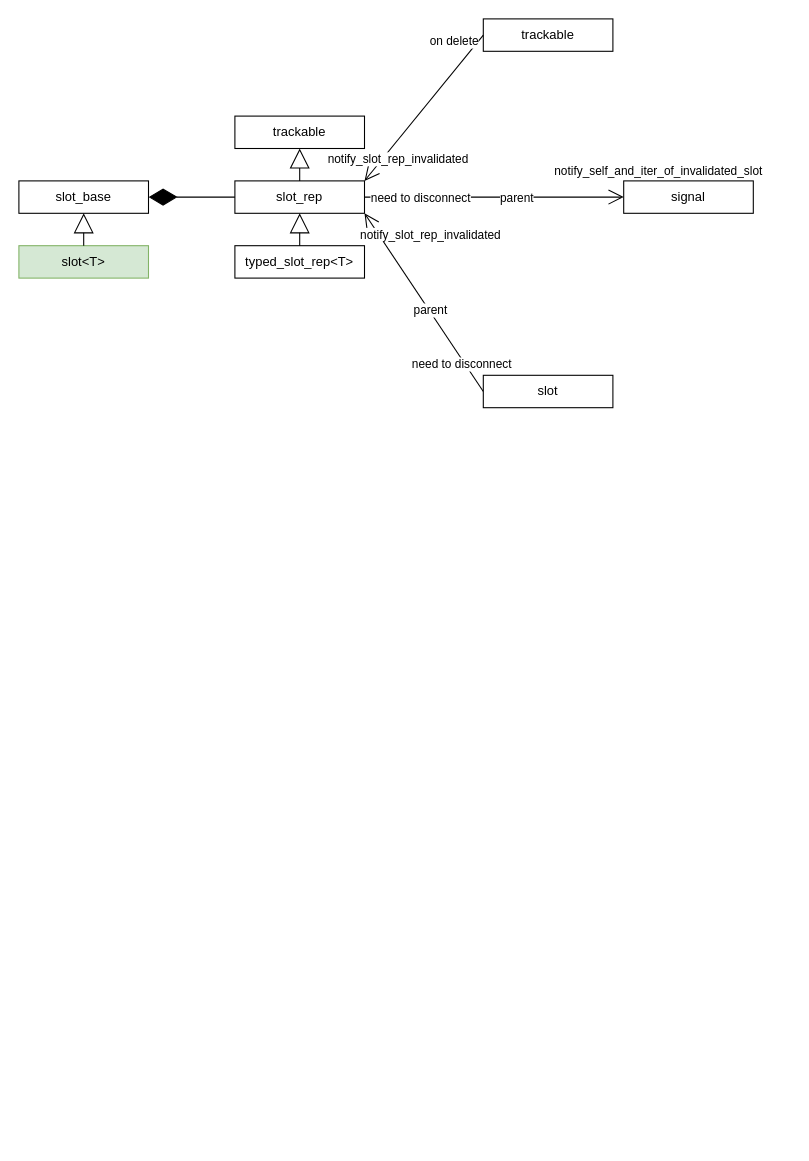
The draw.io diagram sigcpp.drawio in harwise/diagrams, before the edit. Source tidied: cells renumbered, new cells numbered last; positions are measured from the earlier drawing's top-left corner, leaving out a move shared by most shapes. Both pictures are drawn from the tidied source at 108%, with x=0, y=0 at pixel (18, 18).
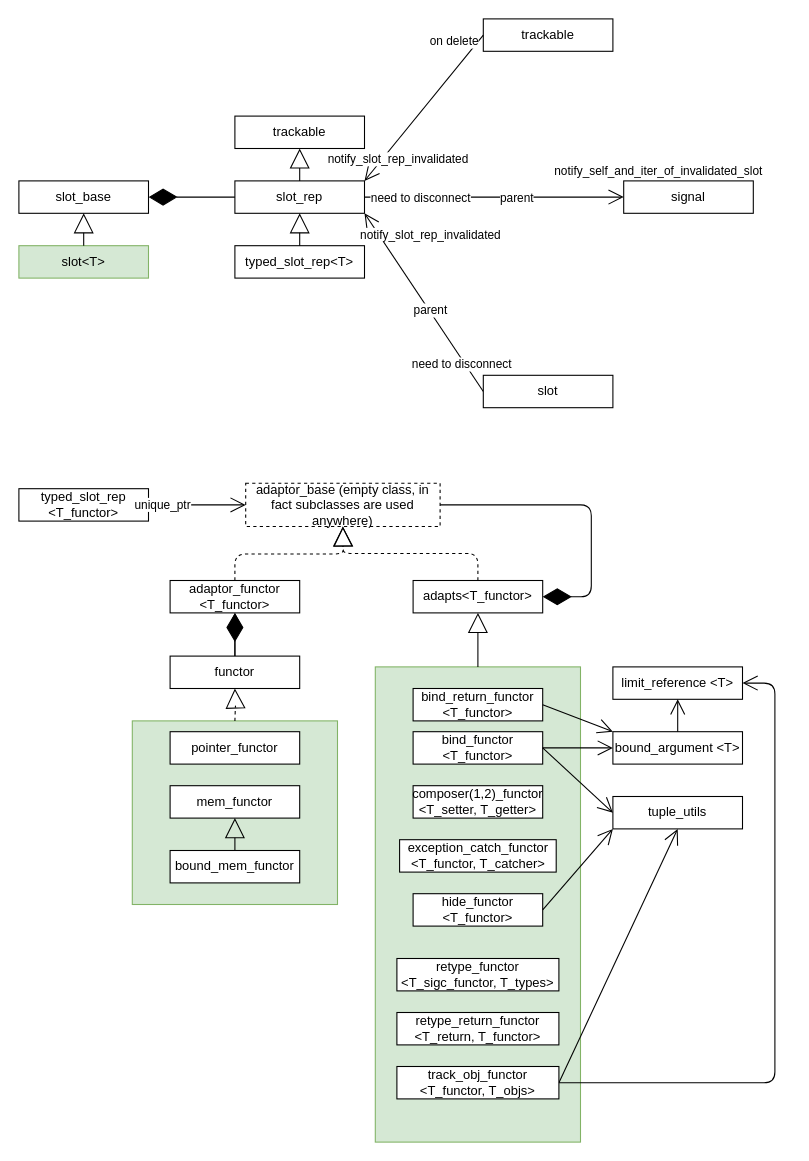
The same page after the edit.

The edit, as a diff of the source:
```diff
@@
+    <mxCell id="25" style="rounded=0;whiteSpace=wrap;html=1;fillColor=#d5e8d4;strokeColor=#82b366;" parent="1" vertex="1">
+      <mxGeometry x="105" y="650" width="190" height="170" as="geometry" />
+    </mxCell>
@@
+    <mxCell id="26" value="typed_slot_rep &amp;lt;T_functor&amp;gt;" style="rounded=0;whiteSpace=wrap;html=1;" parent="1" vertex="1">
+      <mxGeometry y="435" width="120" height="30" as="geometry" />
+    </mxCell>
+    <mxCell id="27" value="adaptor_functor &amp;lt;T_functor&amp;gt;" style="rounded=0;whiteSpace=wrap;html=1;" parent="1" vertex="1">
+      <mxGeometry x="140" y="520" width="120" height="30" as="geometry" />
+    </mxCell>
+    <mxCell id="28" value="adaptor_base (empty class, in fact subclasses are used anywhere)" style="rounded=0;whiteSpace=wrap;html=1;dashed=1;" parent="1" vertex="1">
+      <mxGeometry x="210" y="430" width="180" height="40" as="geometry" />
+    </mxCell>
+    <mxCell id="29" value="adapts&amp;lt;T_functor&amp;gt;" style="rounded=0;whiteSpace=wrap;html=1;" parent="1" vertex="1">
+      <mxGeometry x="365" y="520" width="120" height="30" as="geometry" />
+    </mxCell>
+    <mxCell id="30" style="endArrow=block;endSize=16;endFill=0;html=1;exitX=0.5;exitY=0;exitDx=0;exitDy=0;edgeStyle=orthogonalEdgeStyle;dashed=1;" parent="1" edge="1" source="27">
+      <mxGeometry relative="1" as="geometry">
+        <mxPoint x="300" y="470" as="targetPoint" />
+      </mxGeometry>
+    </mxCell>
+    <mxCell id="31" style="endArrow=block;endSize=16;endFill=0;html=1;exitX=0.5;exitY=0;exitDx=0;exitDy=0;edgeStyle=orthogonalEdgeStyle;dashed=1;entryX=0.5;entryY=1;entryDx=0;entryDy=0;" parent="1" edge="1" source="29" target="28">
+      <mxGeometry relative="1" as="geometry" />
+    </mxCell>
+    <mxCell id="32" style="endArrow=open;endFill=1;endSize=12;html=1;exitX=1;exitY=0.5;exitDx=0;exitDy=0;entryX=0;entryY=0.5;entryDx=0;entryDy=0;" parent="1" edge="1" source="26" target="28">
+      <mxGeometry relative="1" as="geometry" />
+    </mxCell>
+    <mxCell id="33" value="unique_ptr" style="edgeLabel;html=1;align=center;verticalAlign=middle;" parent="32" vertex="1">
+      <mxGeometry x="-0.73" y="1" relative="1" as="geometry" />
+    </mxCell>
+    <mxCell id="34" style="endArrow=diamondThin;endFill=1;endSize=24;html=1;entryX=0.5;entryY=1;entryDx=0;entryDy=0;" parent="1" edge="1" target="27">
+      <mxGeometry relative="1" as="geometry">
+        <mxPoint x="200" y="600" as="sourcePoint" />
+      </mxGeometry>
+    </mxCell>
+    <mxCell id="35" style="edgeStyle=orthogonalEdgeStyle;rounded=0;jettySize=auto;html=1;" parent="1" edge="1" source="36" target="27">
+      <mxGeometry relative="1" as="geometry" />
+    </mxCell>
+    <mxCell id="36" value="functor" style="rounded=0;whiteSpace=wrap;html=1;" parent="1" vertex="1">
+      <mxGeometry x="140" y="590" width="120" height="30" as="geometry" />
+    </mxCell>
+    <mxCell id="37" style="endArrow=diamondThin;endFill=1;endSize=24;html=1;entryX=1;entryY=0.5;entryDx=0;entryDy=0;edgeStyle=orthogonalEdgeStyle;exitX=1;exitY=0.5;exitDx=0;exitDy=0;" parent="1" edge="1" source="28" target="29">
+      <mxGeometry relative="1" as="geometry">
+        <Array as="points">
+          <mxPoint x="530" y="450" />
+          <mxPoint x="530" y="535" />
+        </Array>
+      </mxGeometry>
+    </mxCell>
+    <mxCell id="38" value="pointer_functor" style="rounded=0;whiteSpace=wrap;html=1;" parent="1" vertex="1">
+      <mxGeometry x="140" y="660" width="120" height="30" as="geometry" />
+    </mxCell>
+    <mxCell id="39" value="mem_functor" style="rounded=0;whiteSpace=wrap;html=1;" parent="1" vertex="1">
+      <mxGeometry x="140" y="710" width="120" height="30" as="geometry" />
+    </mxCell>
+    <mxCell id="40" value="bound_mem_functor" style="rounded=0;whiteSpace=wrap;html=1;" parent="1" vertex="1">
+      <mxGeometry x="140" y="770" width="120" height="30" as="geometry" />
+    </mxCell>
+    <mxCell id="41" style="endArrow=block;endSize=16;endFill=0;html=1;entryX=0.5;entryY=1;entryDx=0;entryDy=0;exitX=0.5;exitY=0;exitDx=0;exitDy=0;" parent="1" edge="1" source="40" target="39">
+      <mxGeometry relative="1" as="geometry" />
+    </mxCell>
+    <mxCell id="42" style="endArrow=block;endSize=16;endFill=0;html=1;edgeStyle=orthogonalEdgeStyle;dashed=1;entryX=0.5;entryY=1;entryDx=0;entryDy=0;" parent="1" edge="1" target="36">
+      <mxGeometry relative="1" as="geometry">
+        <mxPoint x="200" y="650" as="sourcePoint" />
+      </mxGeometry>
+    </mxCell>
+    <mxCell id="43" style="rounded=0;whiteSpace=wrap;html=1;fillColor=#d5e8d4;strokeColor=#82b366;" parent="1" vertex="1">
+      <mxGeometry x="330" y="600" width="190" height="440" as="geometry" />
+    </mxCell>
+    <mxCell id="44" value="bind_functor &amp;lt;T_functor&amp;gt;" style="rounded=0;whiteSpace=wrap;html=1;" parent="1" vertex="1">
+      <mxGeometry x="365" y="660" width="120" height="30" as="geometry" />
+    </mxCell>
+    <mxCell id="45" value="bind_return_functor &amp;lt;T_functor&amp;gt;" style="rounded=0;whiteSpace=wrap;html=1;" parent="1" vertex="1">
+      <mxGeometry x="365" y="620" width="120" height="30" as="geometry" />
+    </mxCell>
+    <mxCell id="46" value="bound_argument &amp;lt;T&amp;gt;" style="rounded=0;whiteSpace=wrap;html=1;" parent="1" vertex="1">
+      <mxGeometry x="550" y="660" width="120" height="30" as="geometry" />
+    </mxCell>
+    <mxCell id="47" value="limit_reference &amp;lt;T&amp;gt;" style="rounded=0;whiteSpace=wrap;html=1;" parent="1" vertex="1">
+      <mxGeometry x="550" y="600" width="120" height="30" as="geometry" />
+    </mxCell>
+    <mxCell id="48" style="endArrow=open;endFill=1;endSize=12;html=1;exitX=0.5;exitY=0;exitDx=0;exitDy=0;entryX=0.5;entryY=1;entryDx=0;entryDy=0;" parent="1" edge="1" source="46" target="47">
+      <mxGeometry relative="1" as="geometry" />
+    </mxCell>
+    <mxCell id="49" style="endArrow=open;endFill=1;endSize=12;html=1;exitX=1;exitY=0.5;exitDx=0;exitDy=0;entryX=0;entryY=0;entryDx=0;entryDy=0;" parent="1" edge="1" source="45" target="46">
+      <mxGeometry relative="1" as="geometry" />
+    </mxCell>
+    <mxCell id="50" style="endArrow=open;endFill=1;endSize=12;html=1;exitX=1;exitY=0.5;exitDx=0;exitDy=0;entryX=0;entryY=0.5;entryDx=0;entryDy=0;" parent="1" edge="1" source="44" target="46">
+      <mxGeometry relative="1" as="geometry" />
+    </mxCell>
+    <mxCell id="51" value="tuple_utils" style="rounded=0;whiteSpace=wrap;html=1;" parent="1" vertex="1">
+      <mxGeometry x="550" y="720" width="120" height="30" as="geometry" />
+    </mxCell>
+    <mxCell id="52" style="endArrow=open;endFill=1;endSize=12;html=1;exitX=1;exitY=0.5;exitDx=0;exitDy=0;entryX=0;entryY=0.5;entryDx=0;entryDy=0;" parent="1" edge="1" source="44" target="51">
+      <mxGeometry relative="1" as="geometry" />
+    </mxCell>
+    <mxCell id="53" value="composer(1,2)_functor &amp;lt;T_setter, T_getter&amp;gt;" style="rounded=0;whiteSpace=wrap;html=1;" parent="1" vertex="1">
+      <mxGeometry x="365" y="710" width="120" height="30" as="geometry" />
+    </mxCell>
+    <mxCell id="54" value="exception_catch_functor &amp;lt;T_functor, T_catcher&amp;gt;" style="rounded=0;whiteSpace=wrap;html=1;" parent="1" vertex="1">
+      <mxGeometry x="352.5" y="760" width="145" height="30" as="geometry" />
+    </mxCell>
+    <mxCell id="55" value="hide_functor &amp;lt;T_functor&amp;gt;" style="rounded=0;whiteSpace=wrap;html=1;" parent="1" vertex="1">
+      <mxGeometry x="365" y="810" width="120" height="30" as="geometry" />
+    </mxCell>
+    <mxCell id="56" style="endArrow=open;endFill=1;endSize=12;html=1;exitX=1;exitY=0.5;exitDx=0;exitDy=0;entryX=0;entryY=1;entryDx=0;entryDy=0;" parent="1" edge="1" source="55" target="51">
+      <mxGeometry relative="1" as="geometry" />
+    </mxCell>
+    <mxCell id="57" value="retype_return_functor &amp;lt;T_return, T_functor&amp;gt;" style="rounded=0;whiteSpace=wrap;html=1;" parent="1" vertex="1">
+      <mxGeometry x="350" y="920" width="150" height="30" as="geometry" />
+    </mxCell>
+    <mxCell id="58" style="endArrow=open;endFill=1;endSize=12;html=1;exitX=1;exitY=0.5;exitDx=0;exitDy=0;entryX=0.5;entryY=1;entryDx=0;entryDy=0;" parent="1" edge="1" source="60" target="51">
+      <mxGeometry relative="1" as="geometry" />
+    </mxCell>
+    <mxCell id="59" value="retype_functor &amp;lt;T_sigc_functor, T_types&amp;gt;" style="rounded=0;whiteSpace=wrap;html=1;" parent="1" vertex="1">
+      <mxGeometry x="350" y="870" width="150" height="30" as="geometry" />
+    </mxCell>
+    <mxCell id="60" value="track_obj_functor &amp;lt;T_functor, T_objs&amp;gt;" style="rounded=0;whiteSpace=wrap;html=1;" parent="1" vertex="1">
+      <mxGeometry x="350" y="970" width="150" height="30" as="geometry" />
+    </mxCell>
+    <mxCell id="61" style="endArrow=open;endFill=1;endSize=12;html=1;exitX=1;exitY=0.5;exitDx=0;exitDy=0;entryX=1;entryY=0.5;entryDx=0;entryDy=0;edgeStyle=orthogonalEdgeStyle;" parent="1" edge="1" source="60" target="47">
+      <mxGeometry relative="1" as="geometry">
+        <Array as="points">
+          <mxPoint x="700" y="985" />
+          <mxPoint x="700" y="615" />
+        </Array>
+      </mxGeometry>
+    </mxCell>
+    <mxCell id="62" style="endArrow=block;endSize=16;endFill=0;html=1;entryX=0.5;entryY=1;entryDx=0;entryDy=0;exitX=0.5;exitY=0;exitDx=0;exitDy=0;" parent="1" edge="1" source="43" target="29">
+      <mxGeometry relative="1" as="geometry" />
+    </mxCell>
```
